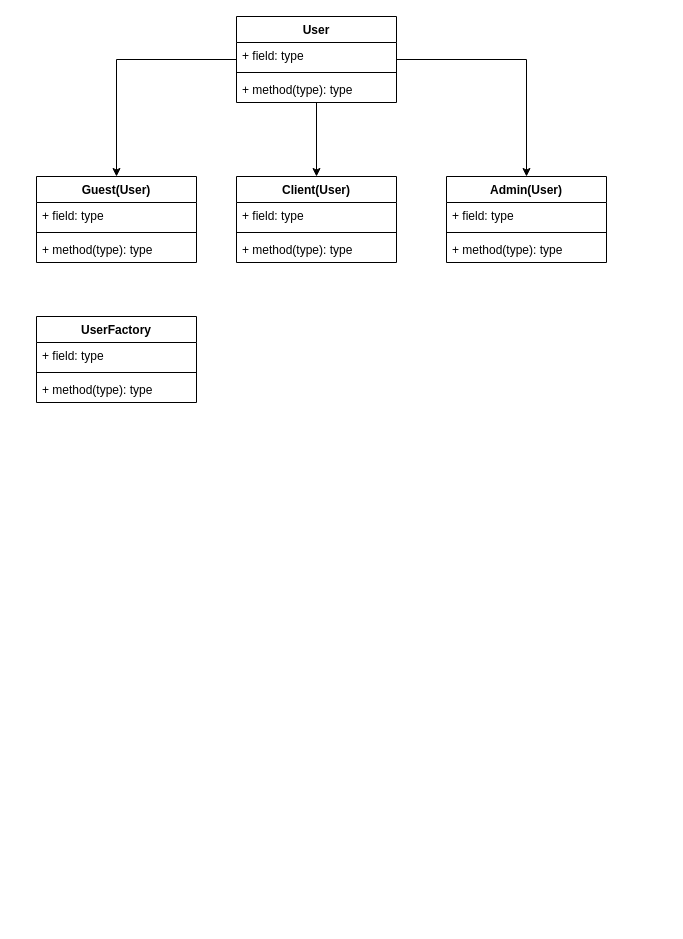
Earlier version of the draw.io diagram geekbfains_patterns.drawio (log-box/archPatterns). Source tidied: cells renumbered, new cells numbered last; positions are measured from the earlier drawing's top-left corner, leaving out a move shared by most shapes. Both pictures are drawn from the tidied source at 100%, with x=0, y=0 at pixel (36, 16).
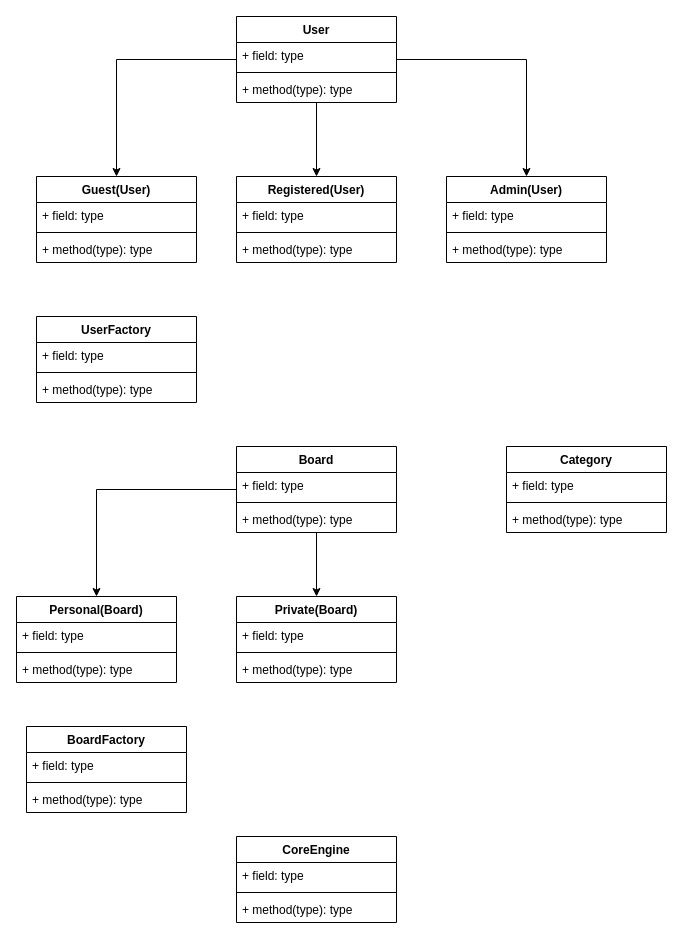
Above is the later version.

Diff of the diagram source:
```diff
@@
-    <mxCell id="13" value="Client(User)" style="swimlane;fontStyle=1;align=center;verticalAlign=top;horizontal=1;startSize=26;" parent="1" vertex="1">
+    <mxCell id="13" value="Registered(User)" style="swimlane;fontStyle=1;align=center;verticalAlign=top;horizontal=1;startSize=26;" parent="1" vertex="1">
       <mxGeometry x="200" y="160" width="160" height="86" as="geometry" />
     </mxCell>
@@
+    <mxCell id="25" style="edgeStyle=orthogonalEdgeStyle;rounded=0;jettySize=auto;html=1;entryX=0.5;entryY=0;entryDx=0;entryDy=0;" parent="1" edge="1" source="27" target="31">
+      <mxGeometry relative="1" as="geometry" />
+    </mxCell>
+    <mxCell id="26" style="edgeStyle=orthogonalEdgeStyle;rounded=0;jettySize=auto;html=1;" parent="1" edge="1" source="27" target="35">
+      <mxGeometry relative="1" as="geometry" />
+    </mxCell>
+    <mxCell id="27" value="Board" style="swimlane;fontStyle=1;align=center;verticalAlign=top;horizontal=1;startSize=26;" parent="1" vertex="1">
+      <mxGeometry x="200" y="430" width="160" height="86" as="geometry" />
+    </mxCell>
+    <mxCell id="28" value="+ field: type" style="text;strokeColor=none;fillColor=none;align=left;verticalAlign=top;spacingLeft=4;spacingRight=4;overflow=hidden;" parent="27" vertex="1">
+      <mxGeometry y="26" width="160" height="26" as="geometry" />
+    </mxCell>
+    <mxCell id="29" style="line;strokeWidth=1;fillColor=none;align=left;verticalAlign=middle;spacingTop=-1;spacingLeft=3;spacingRight=3;labelPosition=right;" parent="27" vertex="1">
+      <mxGeometry y="52" width="160" height="8" as="geometry" />
+    </mxCell>
+    <mxCell id="30" value="+ method(type): type" style="text;strokeColor=none;fillColor=none;align=left;verticalAlign=top;spacingLeft=4;spacingRight=4;overflow=hidden;" parent="27" vertex="1">
+      <mxGeometry y="60" width="160" height="26" as="geometry" />
+    </mxCell>
+    <mxCell id="31" value="Personal(Board)" style="swimlane;fontStyle=1;align=center;verticalAlign=top;horizontal=1;startSize=26;" parent="1" vertex="1">
+      <mxGeometry x="-20" y="580" width="160" height="86" as="geometry" />
+    </mxCell>
+    <mxCell id="32" value="+ field: type" style="text;strokeColor=none;fillColor=none;align=left;verticalAlign=top;spacingLeft=4;spacingRight=4;overflow=hidden;" parent="31" vertex="1">
+      <mxGeometry y="26" width="160" height="26" as="geometry" />
+    </mxCell>
+    <mxCell id="33" style="line;strokeWidth=1;fillColor=none;align=left;verticalAlign=middle;spacingTop=-1;spacingLeft=3;spacingRight=3;labelPosition=right;" parent="31" vertex="1">
+      <mxGeometry y="52" width="160" height="8" as="geometry" />
+    </mxCell>
+    <mxCell id="34" value="+ method(type): type" style="text;strokeColor=none;fillColor=none;align=left;verticalAlign=top;spacingLeft=4;spacingRight=4;overflow=hidden;" parent="31" vertex="1">
+      <mxGeometry y="60" width="160" height="26" as="geometry" />
+    </mxCell>
+    <mxCell id="35" value="Private(Board)" style="swimlane;fontStyle=1;align=center;verticalAlign=top;horizontal=1;startSize=26;" parent="1" vertex="1">
+      <mxGeometry x="200" y="580" width="160" height="86" as="geometry" />
+    </mxCell>
+    <mxCell id="36" value="+ field: type" style="text;strokeColor=none;fillColor=none;align=left;verticalAlign=top;spacingLeft=4;spacingRight=4;overflow=hidden;" parent="35" vertex="1">
+      <mxGeometry y="26" width="160" height="26" as="geometry" />
+    </mxCell>
+    <mxCell id="37" style="line;strokeWidth=1;fillColor=none;align=left;verticalAlign=middle;spacingTop=-1;spacingLeft=3;spacingRight=3;labelPosition=right;" parent="35" vertex="1">
+      <mxGeometry y="52" width="160" height="8" as="geometry" />
+    </mxCell>
+    <mxCell id="38" value="+ method(type): type" style="text;strokeColor=none;fillColor=none;align=left;verticalAlign=top;spacingLeft=4;spacingRight=4;overflow=hidden;" parent="35" vertex="1">
+      <mxGeometry y="60" width="160" height="26" as="geometry" />
+    </mxCell>
+    <mxCell id="39" value="BoardFactory" style="swimlane;fontStyle=1;align=center;verticalAlign=top;horizontal=1;startSize=26;" parent="1" vertex="1">
+      <mxGeometry x="-10" y="710" width="160" height="86" as="geometry" />
+    </mxCell>
+    <mxCell id="40" value="+ field: type" style="text;strokeColor=none;fillColor=none;align=left;verticalAlign=top;spacingLeft=4;spacingRight=4;overflow=hidden;" parent="39" vertex="1">
+      <mxGeometry y="26" width="160" height="26" as="geometry" />
+    </mxCell>
+    <mxCell id="41" style="line;strokeWidth=1;fillColor=none;align=left;verticalAlign=middle;spacingTop=-1;spacingLeft=3;spacingRight=3;labelPosition=right;" parent="39" vertex="1">
+      <mxGeometry y="52" width="160" height="8" as="geometry" />
+    </mxCell>
+    <mxCell id="42" value="+ method(type): type" style="text;strokeColor=none;fillColor=none;align=left;verticalAlign=top;spacingLeft=4;spacingRight=4;overflow=hidden;" parent="39" vertex="1">
+      <mxGeometry y="60" width="160" height="26" as="geometry" />
+    </mxCell>
+    <mxCell id="43" value="Category" style="swimlane;fontStyle=1;align=center;verticalAlign=top;horizontal=1;startSize=26;" parent="1" vertex="1">
+      <mxGeometry x="470" y="430" width="160" height="86" as="geometry" />
+    </mxCell>
+    <mxCell id="44" value="+ field: type" style="text;strokeColor=none;fillColor=none;align=left;verticalAlign=top;spacingLeft=4;spacingRight=4;overflow=hidden;" parent="43" vertex="1">
+      <mxGeometry y="26" width="160" height="26" as="geometry" />
+    </mxCell>
+    <mxCell id="45" style="line;strokeWidth=1;fillColor=none;align=left;verticalAlign=middle;spacingTop=-1;spacingLeft=3;spacingRight=3;labelPosition=right;" parent="43" vertex="1">
+      <mxGeometry y="52" width="160" height="8" as="geometry" />
+    </mxCell>
+    <mxCell id="46" value="+ method(type): type" style="text;strokeColor=none;fillColor=none;align=left;verticalAlign=top;spacingLeft=4;spacingRight=4;overflow=hidden;" parent="43" vertex="1">
+      <mxGeometry y="60" width="160" height="26" as="geometry" />
+    </mxCell>
+    <mxCell id="47" value="CoreEngine" style="swimlane;fontStyle=1;align=center;verticalAlign=top;horizontal=1;startSize=26;" parent="1" vertex="1">
+      <mxGeometry x="200" y="820" width="160" height="86" as="geometry" />
+    </mxCell>
+    <mxCell id="48" value="+ field: type" style="text;strokeColor=none;fillColor=none;align=left;verticalAlign=top;spacingLeft=4;spacingRight=4;overflow=hidden;" parent="47" vertex="1">
+      <mxGeometry y="26" width="160" height="26" as="geometry" />
+    </mxCell>
+    <mxCell id="49" style="line;strokeWidth=1;fillColor=none;align=left;verticalAlign=middle;spacingTop=-1;spacingLeft=3;spacingRight=3;labelPosition=right;" parent="47" vertex="1">
+      <mxGeometry y="52" width="160" height="8" as="geometry" />
+    </mxCell>
+    <mxCell id="50" value="+ method(type): type" style="text;strokeColor=none;fillColor=none;align=left;verticalAlign=top;spacingLeft=4;spacingRight=4;overflow=hidden;" parent="47" vertex="1">
+      <mxGeometry y="60" width="160" height="26" as="geometry" />
+    </mxCell>
```
